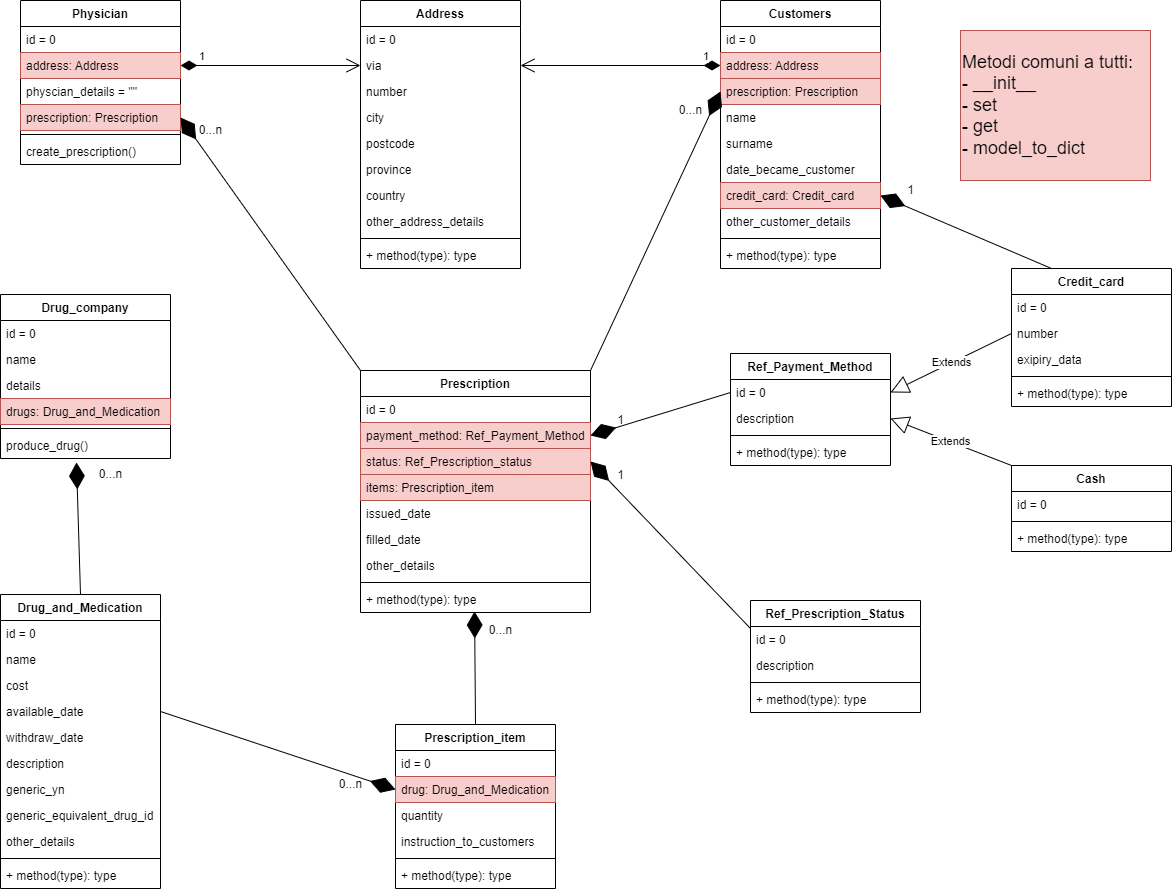
Before: disegno.png, a diagram exported from draw.io (LoreGerm/Farmacia). Source tidied: cells renumbered, new cells last; positions are measured from the earlier drawing's top-left corner, leaving out a move shared by most shapes.
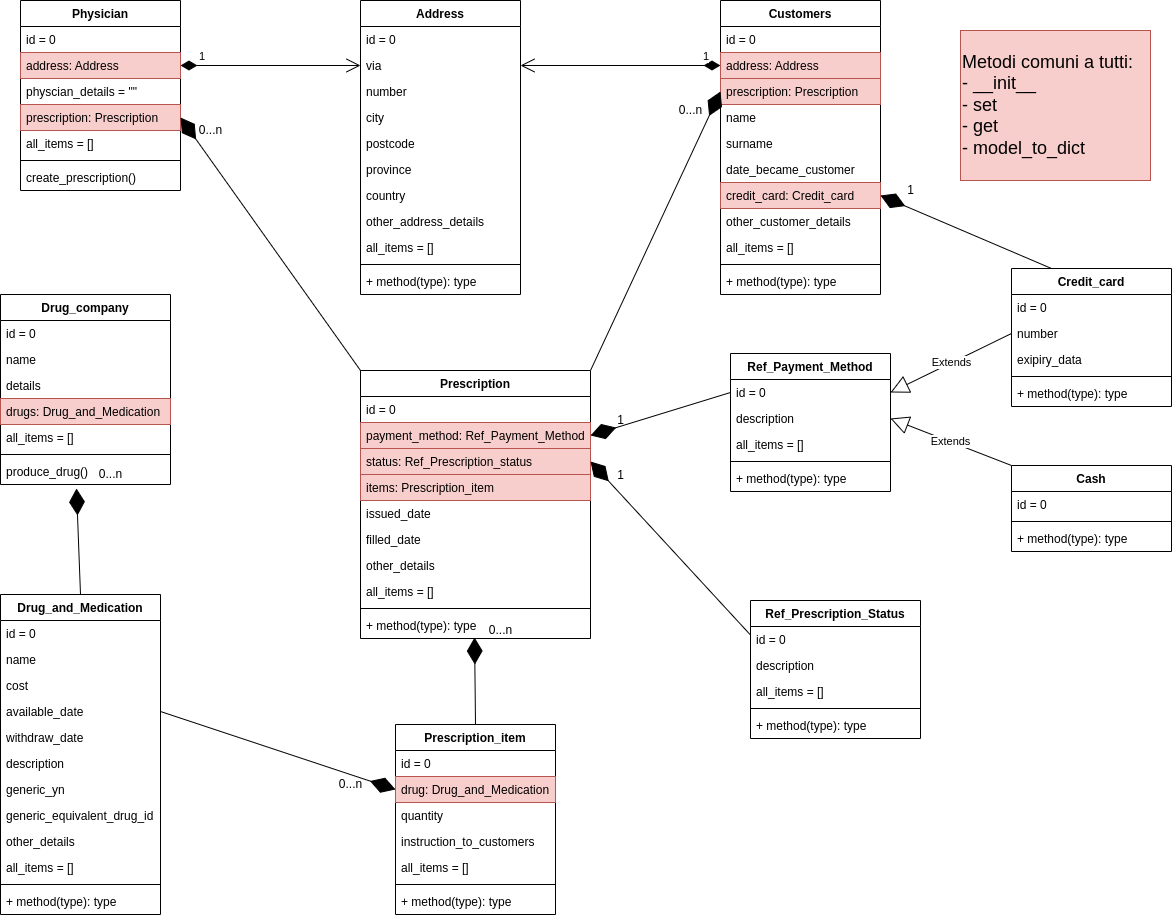
Later version of the same file.

Change to the diagram source:
```diff
@@ -3,7 +3,7 @@
     <mxCell id="0" />
     <mxCell id="1" parent="0" />
     <mxCell id="2" value="Physician" style="swimlane;fontStyle=1;align=center;verticalAlign=top;horizontal=1;startSize=26;" parent="1" vertex="1">
-      <mxGeometry x="20" width="160" height="164" as="geometry" />
+      <mxGeometry x="20" width="160" height="190" as="geometry" />
     </mxCell>
     <mxCell id="3" value="id = 0" style="text;strokeColor=none;fillColor=none;align=left;verticalAlign=top;spacingLeft=4;spacingRight=4;overflow=hidden;" parent="2" vertex="1">
       <mxGeometry y="26" width="160" height="26" as="geometry" />
@@ -17,14 +17,17 @@
     <mxCell id="6" value="prescription: Prescription" style="text;strokeColor=#b85450;fillColor=#f8cecc;align=left;verticalAlign=top;spacingLeft=4;spacingRight=4;overflow=hidden;points=[[0,0.5],[1,0.5]];portConstraint=eastwest;" parent="2" vertex="1">
       <mxGeometry y="104" width="160" height="26" as="geometry" />
     </mxCell>
+    <mxCell id="108" value="all_items = []" style="text;strokeColor=none;fillColor=none;align=left;verticalAlign=top;spacingLeft=4;spacingRight=4;overflow=hidden;" parent="2" vertex="1">
+      <mxGeometry y="130" width="160" height="26" as="geometry" />
+    </mxCell>
     <mxCell id="7" style="line;strokeWidth=1;fillColor=none;align=left;verticalAlign=middle;spacingTop=-1;spacingLeft=3;spacingRight=3;labelPosition=right;" parent="2" vertex="1">
-      <mxGeometry y="130" width="160" height="8" as="geometry" />
+      <mxGeometry y="156" width="160" height="8" as="geometry" />
     </mxCell>
     <mxCell id="8" value="create_prescription()" style="text;strokeColor=none;fillColor=none;align=left;verticalAlign=top;spacingLeft=4;spacingRight=4;overflow=hidden;" parent="2" vertex="1">
-      <mxGeometry y="138" width="160" height="26" as="geometry" />
+      <mxGeometry y="164" width="160" height="26" as="geometry" />
     </mxCell>
     <mxCell id="9" value="Customers" style="swimlane;fontStyle=1;align=center;verticalAlign=top;horizontal=1;startSize=26;" parent="1" vertex="1">
-      <mxGeometry x="720" width="160" height="268" as="geometry" />
+      <mxGeometry x="720" width="160" height="294" as="geometry" />
     </mxCell>
     <mxCell id="10" value="id = 0" style="text;strokeColor=none;fillColor=none;align=left;verticalAlign=top;spacingLeft=4;spacingRight=4;overflow=hidden;" parent="9" vertex="1">
       <mxGeometry y="26" width="160" height="26" as="geometry" />
@@ -50,14 +53,17 @@
     <mxCell id="17" value="other_customer_details" style="text;strokeColor=none;fillColor=none;align=left;verticalAlign=top;spacingLeft=4;spacingRight=4;overflow=hidden;" parent="9" vertex="1">
       <mxGeometry y="208" width="160" height="26" as="geometry" />
     </mxCell>
+    <mxCell id="109" value="all_items = []" style="text;strokeColor=none;fillColor=none;align=left;verticalAlign=top;spacingLeft=4;spacingRight=4;overflow=hidden;" parent="9" vertex="1">
+      <mxGeometry y="234" width="160" height="26" as="geometry" />
+    </mxCell>
     <mxCell id="18" style="line;strokeWidth=1;fillColor=none;align=left;verticalAlign=middle;spacingTop=-1;spacingLeft=3;spacingRight=3;labelPosition=right;" parent="9" vertex="1">
-      <mxGeometry y="234" width="160" height="8" as="geometry" />
+      <mxGeometry y="260" width="160" height="8" as="geometry" />
     </mxCell>
     <mxCell id="19" value="+ method(type): type" style="text;strokeColor=none;fillColor=none;align=left;verticalAlign=top;spacingLeft=4;spacingRight=4;overflow=hidden;" parent="9" vertex="1">
-      <mxGeometry y="242" width="160" height="26" as="geometry" />
+      <mxGeometry y="268" width="160" height="26" as="geometry" />
     </mxCell>
     <mxCell id="20" value="Address" style="swimlane;fontStyle=1;align=center;verticalAlign=top;horizontal=1;startSize=26;" parent="1" vertex="1">
-      <mxGeometry x="360" width="160" height="268" as="geometry" />
+      <mxGeometry x="360" width="160" height="294" as="geometry" />
     </mxCell>
     <mxCell id="21" value="id = 0" style="text;strokeColor=none;fillColor=none;align=left;verticalAlign=top;spacingLeft=4;spacingRight=4;overflow=hidden;" parent="20" vertex="1">
       <mxGeometry y="26" width="160" height="26" as="geometry" />
@@ -83,11 +89,14 @@
     <mxCell id="28" value="other_address_details" style="text;strokeColor=none;fillColor=none;align=left;verticalAlign=top;spacingLeft=4;spacingRight=4;overflow=hidden;" parent="20" vertex="1">
       <mxGeometry y="208" width="160" height="26" as="geometry" />
     </mxCell>
+    <mxCell id="110" value="all_items = []" style="text;strokeColor=none;fillColor=none;align=left;verticalAlign=top;spacingLeft=4;spacingRight=4;overflow=hidden;" parent="20" vertex="1">
+      <mxGeometry y="234" width="160" height="26" as="geometry" />
+    </mxCell>
     <mxCell id="29" style="line;strokeWidth=1;fillColor=none;align=left;verticalAlign=middle;spacingTop=-1;spacingLeft=3;spacingRight=3;labelPosition=right;" parent="20" vertex="1">
-      <mxGeometry y="234" width="160" height="8" as="geometry" />
+      <mxGeometry y="260" width="160" height="8" as="geometry" />
     </mxCell>
     <mxCell id="30" value="+ method(type): type" style="text;strokeColor=none;fillColor=none;align=left;verticalAlign=top;spacingLeft=4;spacingRight=4;overflow=hidden;" parent="20" vertex="1">
-      <mxGeometry y="242" width="160" height="26" as="geometry" />
+      <mxGeometry y="268" width="160" height="26" as="geometry" />
     </mxCell>
     <mxCell id="31" value="1" style="endArrow=open;html=1;endSize=12;startArrow=diamondThin;startSize=14;startFill=1;edgeStyle=orthogonalEdgeStyle;align=left;verticalAlign=bottom;rounded=0;exitX=0;exitY=0.5;exitDx=0;exitDy=0;entryX=1;entryY=0.5;entryDx=0;entryDy=0;" parent="1" edge="1" source="11" target="22">
       <mxGeometry x="-0.81" relative="1" as="geometry" />
@@ -96,7 +105,7 @@
       <mxGeometry x="-0.81" relative="1" as="geometry" />
     </mxCell>
     <mxCell id="33" value="Prescription&#10;" style="swimlane;fontStyle=1;align=center;verticalAlign=top;horizontal=1;startSize=26;" parent="1" vertex="1">
-      <mxGeometry x="360" y="370" width="230" height="242" as="geometry" />
+      <mxGeometry x="360" y="370" width="230" height="268" as="geometry" />
     </mxCell>
     <mxCell id="34" value="id = 0" style="text;strokeColor=none;fillColor=none;align=left;verticalAlign=top;spacingLeft=4;spacingRight=4;overflow=hidden;" parent="33" vertex="1">
       <mxGeometry y="26" width="230" height="26" as="geometry" />
@@ -119,11 +128,14 @@
     <mxCell id="40" value="other_details" style="text;strokeColor=none;fillColor=none;align=left;verticalAlign=top;spacingLeft=4;spacingRight=4;overflow=hidden;" parent="33" vertex="1">
       <mxGeometry y="182" width="230" height="26" as="geometry" />
     </mxCell>
+    <mxCell id="111" value="all_items = []" style="text;strokeColor=none;fillColor=none;align=left;verticalAlign=top;spacingLeft=4;spacingRight=4;overflow=hidden;" parent="33" vertex="1">
+      <mxGeometry y="208" width="230" height="26" as="geometry" />
+    </mxCell>
     <mxCell id="41" style="line;strokeWidth=1;fillColor=none;align=left;verticalAlign=middle;spacingTop=-1;spacingLeft=3;spacingRight=3;labelPosition=right;" parent="33" vertex="1">
-      <mxGeometry y="208" width="230" height="8" as="geometry" />
+      <mxGeometry y="234" width="230" height="8" as="geometry" />
     </mxCell>
     <mxCell id="42" value="+ method(type): type" style="text;strokeColor=none;fillColor=none;align=left;verticalAlign=top;spacingLeft=4;spacingRight=4;overflow=hidden;points=[[0,0.5],[1,0.5]];portConstraint=eastwest;" parent="33" vertex="1">
-      <mxGeometry y="216" width="230" height="26" as="geometry" />
+      <mxGeometry y="242" width="230" height="26" as="geometry" />
     </mxCell>
     <mxCell id="43" style="endArrow=diamondThin;endFill=1;endSize=24;html=1;rounded=0;entryX=1;entryY=0.5;entryDx=0;entryDy=0;exitX=0;exitY=0;exitDx=0;exitDy=0;" parent="1" edge="1" source="33" target="6">
       <mxGeometry relative="1" as="geometry" />
@@ -138,7 +150,7 @@
       <mxGeometry x="670" y="100" width="40" height="20" as="geometry" />
     </mxCell>
     <mxCell id="47" value="Ref_Payment_Method" style="swimlane;fontStyle=1;align=center;verticalAlign=top;horizontal=1;startSize=26;" parent="1" vertex="1">
-      <mxGeometry x="730" y="353" width="160" height="112" as="geometry" />
+      <mxGeometry x="730" y="353" width="160" height="138" as="geometry" />
     </mxCell>
     <mxCell id="48" value="id = 0" style="text;strokeColor=none;fillColor=none;align=left;verticalAlign=top;spacingLeft=4;spacingRight=4;overflow=hidden;points=[[0,0.5],[1,0.5]];portConstraint=eastwest;" parent="47" vertex="1">
       <mxGeometry y="26" width="160" height="26" as="geometry" />
@@ -146,17 +158,20 @@
     <mxCell id="49" value="description" style="text;strokeColor=none;fillColor=none;align=left;verticalAlign=top;spacingLeft=4;spacingRight=4;overflow=hidden;points=[[0,0.5],[1,0.5]];portConstraint=eastwest;" parent="47" vertex="1">
       <mxGeometry y="52" width="160" height="26" as="geometry" />
     </mxCell>
+    <mxCell id="112" value="all_items = []" style="text;strokeColor=none;fillColor=none;align=left;verticalAlign=top;spacingLeft=4;spacingRight=4;overflow=hidden;" parent="47" vertex="1">
+      <mxGeometry y="78" width="160" height="26" as="geometry" />
+    </mxCell>
     <mxCell id="50" style="line;strokeWidth=1;fillColor=none;align=left;verticalAlign=middle;spacingTop=-1;spacingLeft=3;spacingRight=3;labelPosition=right;" parent="47" vertex="1">
-      <mxGeometry y="78" width="160" height="8" as="geometry" />
+      <mxGeometry y="104" width="160" height="8" as="geometry" />
     </mxCell>
     <mxCell id="51" value="+ method(type): type" style="text;strokeColor=none;fillColor=none;align=left;verticalAlign=top;spacingLeft=4;spacingRight=4;overflow=hidden;" parent="47" vertex="1">
-      <mxGeometry y="86" width="160" height="26" as="geometry" />
+      <mxGeometry y="112" width="160" height="26" as="geometry" />
     </mxCell>
     <mxCell id="52" style="endArrow=diamondThin;endFill=1;endSize=24;html=1;rounded=0;exitX=0;exitY=0.5;exitDx=0;exitDy=0;entryX=1;entryY=0.5;entryDx=0;entryDy=0;" parent="1" edge="1" source="48" target="35">
       <mxGeometry relative="1" as="geometry" />
     </mxCell>
     <mxCell id="53" value="Ref_Prescription_Status" style="swimlane;fontStyle=1;align=center;verticalAlign=top;horizontal=1;startSize=26;" parent="1" vertex="1">
-      <mxGeometry x="750" y="600" width="170" height="112" as="geometry" />
+      <mxGeometry x="750" y="600" width="170" height="138" as="geometry" />
     </mxCell>
     <mxCell id="54" value="id = 0" style="text;strokeColor=none;fillColor=none;align=left;verticalAlign=top;spacingLeft=4;spacingRight=4;overflow=hidden;" parent="53" vertex="1">
       <mxGeometry y="26" width="170" height="26" as="geometry" />
@@ -164,17 +179,20 @@
     <mxCell id="55" value="description" style="text;strokeColor=none;fillColor=none;align=left;verticalAlign=top;spacingLeft=4;spacingRight=4;overflow=hidden;" parent="53" vertex="1">
       <mxGeometry y="52" width="170" height="26" as="geometry" />
     </mxCell>
+    <mxCell id="113" value="all_items = []" style="text;strokeColor=none;fillColor=none;align=left;verticalAlign=top;spacingLeft=4;spacingRight=4;overflow=hidden;" parent="53" vertex="1">
+      <mxGeometry y="78" width="170" height="26" as="geometry" />
+    </mxCell>
     <mxCell id="56" style="line;strokeWidth=1;fillColor=none;align=left;verticalAlign=middle;spacingTop=-1;spacingLeft=3;spacingRight=3;labelPosition=right;" parent="53" vertex="1">
-      <mxGeometry y="78" width="170" height="8" as="geometry" />
+      <mxGeometry y="104" width="170" height="8" as="geometry" />
     </mxCell>
     <mxCell id="57" value="+ method(type): type" style="text;strokeColor=none;fillColor=none;align=left;verticalAlign=top;spacingLeft=4;spacingRight=4;overflow=hidden;" parent="53" vertex="1">
-      <mxGeometry y="86" width="170" height="26" as="geometry" />
+      <mxGeometry y="112" width="170" height="26" as="geometry" />
     </mxCell>
     <mxCell id="58" style="endArrow=diamondThin;endFill=1;endSize=24;html=1;rounded=0;exitX=0;exitY=0.25;exitDx=0;exitDy=0;entryX=1;entryY=0.5;entryDx=0;entryDy=0;" parent="1" edge="1" source="53" target="36">
       <mxGeometry relative="1" as="geometry" />
     </mxCell>
     <mxCell id="59" value="Prescription_item" style="swimlane;fontStyle=1;align=center;verticalAlign=top;horizontal=1;startSize=26;" parent="1" vertex="1">
-      <mxGeometry x="395" y="724" width="160" height="164" as="geometry" />
+      <mxGeometry x="395" y="724" width="160" height="190" as="geometry" />
     </mxCell>
     <mxCell id="60" value="id = 0" style="text;strokeColor=none;fillColor=none;align=left;verticalAlign=top;spacingLeft=4;spacingRight=4;overflow=hidden;" parent="59" vertex="1">
       <mxGeometry y="26" width="160" height="26" as="geometry" />
@@ -188,11 +206,14 @@
     <mxCell id="63" value="instruction_to_customers" style="text;strokeColor=none;fillColor=none;align=left;verticalAlign=top;spacingLeft=4;spacingRight=4;overflow=hidden;" parent="59" vertex="1">
       <mxGeometry y="104" width="160" height="26" as="geometry" />
     </mxCell>
+    <mxCell id="114" value="all_items = []" style="text;strokeColor=none;fillColor=none;align=left;verticalAlign=top;spacingLeft=4;spacingRight=4;overflow=hidden;" parent="59" vertex="1">
+      <mxGeometry y="130" width="160" height="26" as="geometry" />
+    </mxCell>
     <mxCell id="64" style="line;strokeWidth=1;fillColor=none;align=left;verticalAlign=middle;spacingTop=-1;spacingLeft=3;spacingRight=3;labelPosition=right;" parent="59" vertex="1">
-      <mxGeometry y="130" width="160" height="8" as="geometry" />
+      <mxGeometry y="156" width="160" height="8" as="geometry" />
     </mxCell>
     <mxCell id="65" value="+ method(type): type" style="text;strokeColor=none;fillColor=none;align=left;verticalAlign=top;spacingLeft=4;spacingRight=4;overflow=hidden;" parent="59" vertex="1">
-      <mxGeometry y="138" width="160" height="26" as="geometry" />
+      <mxGeometry y="164" width="160" height="26" as="geometry" />
     </mxCell>
     <mxCell id="66" style="endArrow=diamondThin;endFill=1;endSize=24;html=1;rounded=0;exitX=0.5;exitY=0;exitDx=0;exitDy=0;entryX=0.496;entryY=0.962;entryDx=0;entryDy=0;entryPerimeter=0;" parent="1" edge="1" source="59" target="42">
       <mxGeometry relative="1" as="geometry" />
@@ -207,7 +228,7 @@
       <mxGeometry x="330" y="774" width="40" height="20" as="geometry" />
     </mxCell>
     <mxCell id="70" value="Drug_company" style="swimlane;fontStyle=1;align=center;verticalAlign=top;horizontal=1;startSize=26;" parent="1" vertex="1">
-      <mxGeometry y="294" width="170" height="164" as="geometry" />
+      <mxGeometry y="294" width="170" height="190" as="geometry" />
     </mxCell>
     <mxCell id="71" value="id = 0" style="text;strokeColor=none;fillColor=none;align=left;verticalAlign=top;spacingLeft=4;spacingRight=4;overflow=hidden;" parent="70" vertex="1">
       <mxGeometry y="26" width="170" height="26" as="geometry" />
@@ -221,14 +242,17 @@
     <mxCell id="74" value="drugs: Drug_and_Medication" style="text;strokeColor=#b85450;fillColor=#f8cecc;align=left;verticalAlign=top;spacingLeft=4;spacingRight=4;overflow=hidden;" parent="70" vertex="1">
       <mxGeometry y="104" width="170" height="26" as="geometry" />
     </mxCell>
+    <mxCell id="115" value="all_items = []" style="text;strokeColor=none;fillColor=none;align=left;verticalAlign=top;spacingLeft=4;spacingRight=4;overflow=hidden;" parent="70" vertex="1">
+      <mxGeometry y="130" width="170" height="26" as="geometry" />
+    </mxCell>
     <mxCell id="75" style="line;strokeWidth=1;fillColor=none;align=left;verticalAlign=middle;spacingTop=-1;spacingLeft=3;spacingRight=3;labelPosition=right;" parent="70" vertex="1">
-      <mxGeometry y="130" width="170" height="8" as="geometry" />
+      <mxGeometry y="156" width="170" height="8" as="geometry" />
     </mxCell>
     <mxCell id="76" value="produce_drug()" style="text;strokeColor=none;fillColor=none;align=left;verticalAlign=top;spacingLeft=4;spacingRight=4;overflow=hidden;points=[[0,0.5],[1,0.5]];portConstraint=eastwest;" parent="70" vertex="1">
-      <mxGeometry y="138" width="170" height="26" as="geometry" />
+      <mxGeometry y="164" width="170" height="26" as="geometry" />
     </mxCell>
     <mxCell id="77" value="Drug_and_Medication" style="swimlane;fontStyle=1;align=center;verticalAlign=top;horizontal=1;startSize=26;" parent="1" vertex="1">
-      <mxGeometry y="594" width="160" height="294" as="geometry" />
+      <mxGeometry y="594" width="160" height="320" as="geometry" />
     </mxCell>
     <mxCell id="78" value="id = 0" style="text;strokeColor=none;fillColor=none;align=left;verticalAlign=top;spacingLeft=4;spacingRight=4;overflow=hidden;" parent="77" vertex="1">
       <mxGeometry y="26" width="160" height="26" as="geometry" />
@@ -257,11 +281,14 @@
     <mxCell id="86" value="other_details" style="text;strokeColor=none;fillColor=none;align=left;verticalAlign=top;spacingLeft=4;spacingRight=4;overflow=hidden;" parent="77" vertex="1">
       <mxGeometry y="234" width="160" height="26" as="geometry" />
     </mxCell>
+    <mxCell id="116" value="all_items = []" style="text;strokeColor=none;fillColor=none;align=left;verticalAlign=top;spacingLeft=4;spacingRight=4;overflow=hidden;" parent="77" vertex="1">
+      <mxGeometry y="260" width="160" height="26" as="geometry" />
+    </mxCell>
     <mxCell id="87" style="line;strokeWidth=1;fillColor=none;align=left;verticalAlign=middle;spacingTop=-1;spacingLeft=3;spacingRight=3;labelPosition=right;" parent="77" vertex="1">
-      <mxGeometry y="260" width="160" height="8" as="geometry" />
+      <mxGeometry y="286" width="160" height="8" as="geometry" />
     </mxCell>
     <mxCell id="88" value="+ method(type): type" style="text;strokeColor=none;fillColor=none;align=left;verticalAlign=top;spacingLeft=4;spacingRight=4;overflow=hidden;" parent="77" vertex="1">
-      <mxGeometry y="268" width="160" height="26" as="geometry" />
+      <mxGeometry y="294" width="160" height="26" as="geometry" />
     </mxCell>
     <mxCell id="89" style="endArrow=diamondThin;endFill=1;endSize=24;html=1;rounded=0;exitX=0.5;exitY=0;exitDx=0;exitDy=0;entryX=0.447;entryY=1.154;entryDx=0;entryDy=0;entryPerimeter=0;" parent="1" edge="1" source="77" target="76">
       <mxGeometry relative="1" as="geometry" />
```
